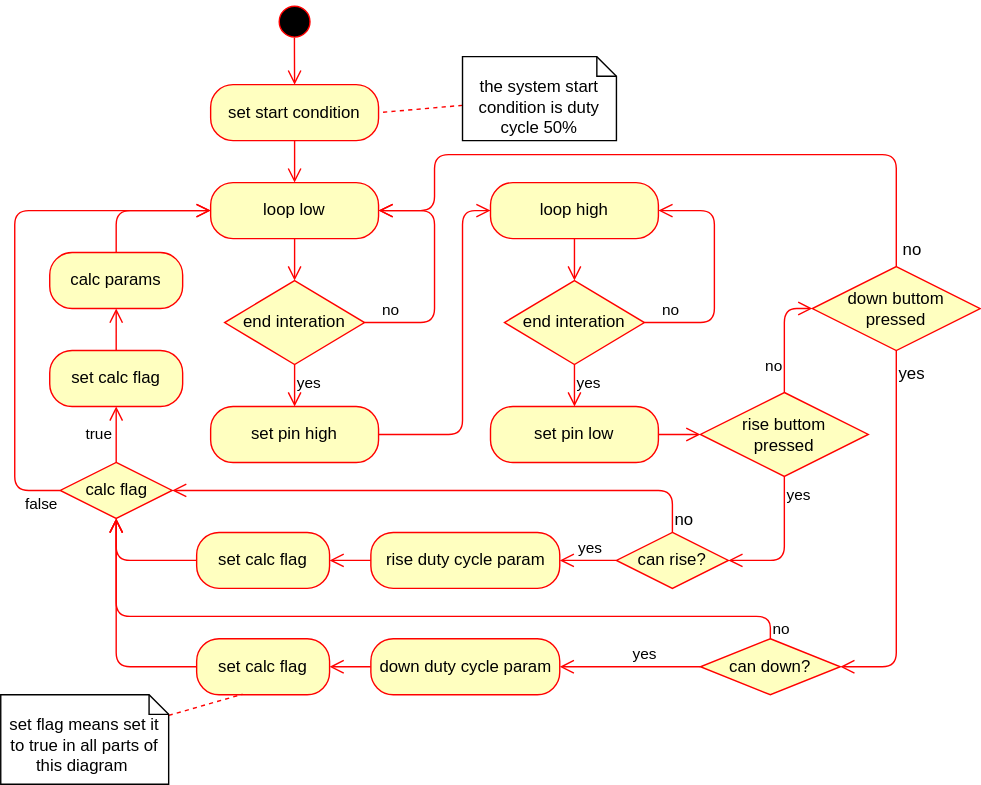
This is documents/Lab1/Txx_Lab1.svg from beltraoluis/EmbeddedSystems, a draw.io export, as it was before one commit. Source tidied: cells renumbered, new cells last; positions are measured from the earlier drawing's top-left corner, leaving out a move shared by most shapes. Source of this version:
```xml
<mxGraphModel background="#ffffff">
  <root>
    <mxCell id="0" />
    <mxCell id="1" parent="0" />
    <mxCell id="2" style="ellipse;html=1;shape=startState;fillColor=#000000;strokeColor=#ff0000;" parent="1" vertex="1">
      <mxGeometry x="195" width="30" height="30" as="geometry" />
    </mxCell>
    <mxCell id="3" style="edgeStyle=orthogonalEdgeStyle;html=1;verticalAlign=bottom;endArrow=open;endSize=8;strokeColor=#ff0000;entryX=0.5;entryY=0;entryDx=0;entryDy=0;exitX=0.496;exitY=0.881;exitDx=0;exitDy=0;exitPerimeter=0;" parent="1" edge="1" source="2" target="4">
      <mxGeometry relative="1" as="geometry" />
    </mxCell>
    <mxCell id="4" value="set start condition" style="rounded=1;whiteSpace=wrap;html=1;arcSize=40;fontColor=#000000;fillColor=#ffffc0;strokeColor=#ff0000;" parent="1" vertex="1">
      <mxGeometry x="150" y="60" width="120" height="40" as="geometry" />
    </mxCell>
    <mxCell id="5" style="edgeStyle=orthogonalEdgeStyle;html=1;verticalAlign=bottom;endArrow=open;endSize=8;strokeColor=#ff0000;entryX=0.5;entryY=0;entryDx=0;entryDy=0;" parent="1" edge="1" source="4" target="7">
      <mxGeometry relative="1" as="geometry" />
    </mxCell>
    <mxCell id="6" style="edgeStyle=orthogonalEdgeStyle;rounded=0;jettySize=auto;html=1;entryX=0.5;entryY=0;entryDx=0;entryDy=0;endArrow=open;endFill=0;fillColor=#f8cecc;strokeColor=#FF0000;endSize=8;" parent="1" edge="1" source="7" target="8">
      <mxGeometry relative="1" as="geometry" />
    </mxCell>
    <mxCell id="7" value="loop low" style="rounded=1;whiteSpace=wrap;html=1;arcSize=40;fontColor=#000000;fillColor=#ffffc0;strokeColor=#ff0000;" parent="1" vertex="1">
      <mxGeometry x="150" y="130" width="120" height="40" as="geometry" />
    </mxCell>
    <mxCell id="8" value="end interation" style="rhombus;whiteSpace=wrap;html=1;fillColor=#ffffc0;strokeColor=#ff0000;" parent="1" vertex="1">
      <mxGeometry x="160" y="200" width="100" height="60" as="geometry" />
    </mxCell>
    <mxCell id="9" value="no" style="edgeStyle=orthogonalEdgeStyle;html=1;align=left;verticalAlign=bottom;endArrow=open;endSize=8;strokeColor=#ff0000;entryX=1;entryY=0.5;entryDx=0;entryDy=0;exitX=1;exitY=0.5;exitDx=0;exitDy=0;" parent="1" edge="1" source="8" target="7">
      <mxGeometry x="-0.88" relative="1" as="geometry">
        <Array as="points">
          <mxPoint x="310" y="230" />
          <mxPoint x="310" y="150" />
        </Array>
      </mxGeometry>
    </mxCell>
    <mxCell id="10" value="yes" style="edgeStyle=orthogonalEdgeStyle;html=1;align=left;verticalAlign=top;endArrow=open;endSize=8;strokeColor=#ff0000;entryX=0.5;entryY=0;entryDx=0;entryDy=0;" parent="1" edge="1" source="8" target="12">
      <mxGeometry x="-1" relative="1" as="geometry" />
    </mxCell>
    <mxCell id="11" style="edgeStyle=orthogonalEdgeStyle;rounded=1;jettySize=auto;html=1;entryX=0;entryY=0.5;entryDx=0;entryDy=0;endArrow=open;endFill=0;endSize=8;strokeColor=#FF0000;" parent="1" edge="1" source="12" target="14">
      <mxGeometry relative="1" as="geometry">
        <Array as="points">
          <mxPoint x="330" y="310" />
          <mxPoint x="330" y="150" />
        </Array>
      </mxGeometry>
    </mxCell>
    <mxCell id="12" value="set pin high" style="rounded=1;whiteSpace=wrap;html=1;arcSize=40;fontColor=#000000;fillColor=#ffffc0;strokeColor=#ff0000;" parent="1" vertex="1">
      <mxGeometry x="150" y="290" width="120" height="40" as="geometry" />
    </mxCell>
    <mxCell id="13" style="edgeStyle=orthogonalEdgeStyle;rounded=0;jettySize=auto;html=1;entryX=0.5;entryY=0;entryDx=0;entryDy=0;endArrow=open;endFill=0;fillColor=#f8cecc;strokeColor=#FF0000;endSize=8;" parent="1" edge="1" source="14" target="15">
      <mxGeometry relative="1" as="geometry" />
    </mxCell>
    <mxCell id="14" value="loop high" style="rounded=1;whiteSpace=wrap;html=1;arcSize=40;fontColor=#000000;fillColor=#ffffc0;strokeColor=#ff0000;" parent="1" vertex="1">
      <mxGeometry x="350" y="130" width="120" height="40" as="geometry" />
    </mxCell>
    <mxCell id="15" value="end interation" style="rhombus;whiteSpace=wrap;html=1;fillColor=#ffffc0;strokeColor=#ff0000;" parent="1" vertex="1">
      <mxGeometry x="360" y="200" width="100" height="60" as="geometry" />
    </mxCell>
    <mxCell id="16" value="no" style="edgeStyle=orthogonalEdgeStyle;html=1;align=left;verticalAlign=bottom;endArrow=open;endSize=8;strokeColor=#ff0000;entryX=1;entryY=0.5;entryDx=0;entryDy=0;exitX=1;exitY=0.5;exitDx=0;exitDy=0;" parent="1" edge="1" source="15" target="14">
      <mxGeometry x="-0.88" relative="1" as="geometry">
        <Array as="points">
          <mxPoint x="510" y="230" />
          <mxPoint x="510" y="150" />
        </Array>
      </mxGeometry>
    </mxCell>
    <mxCell id="17" value="yes" style="edgeStyle=orthogonalEdgeStyle;html=1;align=left;verticalAlign=top;endArrow=open;endSize=8;strokeColor=#ff0000;entryX=0.5;entryY=0;entryDx=0;entryDy=0;" parent="1" edge="1" source="15" target="19">
      <mxGeometry x="-1" relative="1" as="geometry" />
    </mxCell>
    <mxCell id="18" style="edgeStyle=orthogonalEdgeStyle;rounded=1;jettySize=auto;html=1;entryX=0;entryY=0.5;entryDx=0;entryDy=0;endArrow=open;endFill=0;endSize=8;strokeColor=#FF0000;" parent="1" edge="1" source="19" target="21">
      <mxGeometry relative="1" as="geometry" />
    </mxCell>
    <mxCell id="19" value="set pin low" style="rounded=1;whiteSpace=wrap;html=1;arcSize=40;fontColor=#000000;fillColor=#ffffc0;strokeColor=#ff0000;" parent="1" vertex="1">
      <mxGeometry x="350" y="290" width="120" height="40" as="geometry" />
    </mxCell>
    <mxCell id="20" value="no" style="edgeStyle=orthogonalEdgeStyle;rounded=1;jettySize=auto;html=1;entryX=0;entryY=0.5;entryDx=0;entryDy=0;labelBackgroundColor=none;endArrow=open;endFill=0;endSize=8;strokeColor=#FF0000;align=right;verticalAlign=bottom;" parent="1" edge="1" source="21" target="49">
      <mxGeometry x="-0.75" relative="1" as="geometry" />
    </mxCell>
    <mxCell id="21" value="rise buttom&lt;br&gt;pressed" style="rhombus;whiteSpace=wrap;html=1;fillColor=#ffffc0;strokeColor=#ff0000;" parent="1" vertex="1">
      <mxGeometry x="500" y="280" width="120" height="60" as="geometry" />
    </mxCell>
    <mxCell id="22" value="yes" style="edgeStyle=orthogonalEdgeStyle;html=1;align=left;verticalAlign=top;endArrow=open;endSize=8;strokeColor=#ff0000;entryX=1;entryY=0.5;entryDx=0;entryDy=0;" parent="1" edge="1" source="21" target="30">
      <mxGeometry x="-1" relative="1" as="geometry">
        <Array as="points">
          <mxPoint x="560" y="400" />
        </Array>
      </mxGeometry>
    </mxCell>
    <mxCell id="23" style="edgeStyle=orthogonalEdgeStyle;rounded=1;jettySize=auto;html=1;labelBackgroundColor=none;endArrow=open;endFill=0;endSize=8;strokeColor=#FF0000;align=left;" parent="1" edge="1" source="24" target="35">
      <mxGeometry relative="1" as="geometry" />
    </mxCell>
    <mxCell id="24" value="rise duty cycle param" style="rounded=1;whiteSpace=wrap;html=1;arcSize=40;fontColor=#000000;fillColor=#ffffc0;strokeColor=#ff0000;" parent="1" vertex="1">
      <mxGeometry x="264.5" y="380" width="135" height="40" as="geometry" />
    </mxCell>
    <mxCell id="25" style="edgeStyle=orthogonalEdgeStyle;rounded=1;jettySize=auto;html=1;entryX=1;entryY=0.5;entryDx=0;entryDy=0;labelBackgroundColor=none;endArrow=open;endFill=0;endSize=8;strokeColor=#FF0000;align=right;" parent="1" edge="1" source="26" target="37">
      <mxGeometry relative="1" as="geometry" />
    </mxCell>
    <mxCell id="26" value="down duty cycle param" style="rounded=1;whiteSpace=wrap;html=1;arcSize=40;fontColor=#000000;fillColor=#ffffc0;strokeColor=#ff0000;" parent="1" vertex="1">
      <mxGeometry x="264.5" y="456" width="135" height="40" as="geometry" />
    </mxCell>
    <mxCell id="27" value="yes" style="edgeStyle=orthogonalEdgeStyle;rounded=1;jettySize=auto;html=1;entryX=1;entryY=0.5;entryDx=0;entryDy=0;labelBackgroundColor=none;endArrow=open;endFill=0;endSize=8;strokeColor=#FF0000;verticalAlign=bottom;align=left;" parent="1" edge="1" source="30" target="24">
      <mxGeometry x="0.45" relative="1" as="geometry" />
    </mxCell>
    <mxCell id="28" style="edgeStyle=orthogonalEdgeStyle;rounded=1;jettySize=auto;html=1;entryX=1;entryY=0.5;entryDx=0;entryDy=0;labelBackgroundColor=none;endArrow=open;endFill=0;endSize=8;strokeColor=#FF0000;align=right;" parent="1" edge="1" source="30" target="40">
      <mxGeometry relative="1" as="geometry">
        <Array as="points">
          <mxPoint x="480" y="350" />
        </Array>
      </mxGeometry>
    </mxCell>
    <mxCell id="29" value="no" style="text;html=1;align=left;verticalAlign=middle;labelBackgroundColor=#ffffff;" parent="28" vertex="1">
      <mxGeometry x="-0.1" y="-1" relative="1" as="geometry">
        <mxPoint x="144.8" y="21" as="offset" />
      </mxGeometry>
    </mxCell>
    <mxCell id="30" value="can rise?" style="rhombus;whiteSpace=wrap;html=1;fillColor=#ffffc0;strokeColor=#ff0000;" parent="1" vertex="1">
      <mxGeometry x="440" y="380" width="80" height="40" as="geometry" />
    </mxCell>
    <mxCell id="31" value="yes" style="edgeStyle=orthogonalEdgeStyle;rounded=1;jettySize=auto;html=1;entryX=1;entryY=0.5;entryDx=0;entryDy=0;labelBackgroundColor=none;endArrow=open;endFill=0;endSize=8;strokeColor=#FF0000;verticalAlign=bottom;align=left;" parent="1" edge="1" source="33" target="26">
      <mxGeometry relative="1" as="geometry" />
    </mxCell>
    <mxCell id="32" value="no" style="edgeStyle=orthogonalEdgeStyle;rounded=1;jettySize=auto;html=1;entryX=0.5;entryY=1;entryDx=0;entryDy=0;labelBackgroundColor=none;endArrow=open;endFill=0;endSize=8;strokeColor=#FF0000;align=left;exitX=0.5;exitY=0;exitDx=0;exitDy=0;" parent="1" edge="1" source="33" target="40">
      <mxGeometry x="-0.97" relative="1" as="geometry">
        <Array as="points">
          <mxPoint x="550" y="440" />
          <mxPoint x="83" y="440" />
        </Array>
      </mxGeometry>
    </mxCell>
    <mxCell id="33" value="can down?" style="rhombus;whiteSpace=wrap;html=1;fillColor=#ffffc0;strokeColor=#ff0000;" parent="1" vertex="1">
      <mxGeometry x="500" y="456" width="100" height="40" as="geometry" />
    </mxCell>
    <mxCell id="34" style="edgeStyle=orthogonalEdgeStyle;rounded=1;jettySize=auto;html=1;labelBackgroundColor=none;endArrow=open;endFill=0;endSize=8;strokeColor=#FF0000;align=right;" parent="1" edge="1" source="35" target="40">
      <mxGeometry relative="1" as="geometry" />
    </mxCell>
    <mxCell id="35" value="set calc flag" style="rounded=1;whiteSpace=wrap;html=1;arcSize=40;fontColor=#000000;fillColor=#ffffc0;strokeColor=#ff0000;" parent="1" vertex="1">
      <mxGeometry x="140" y="380" width="95" height="40" as="geometry" />
    </mxCell>
    <mxCell id="36" style="edgeStyle=orthogonalEdgeStyle;rounded=1;jettySize=auto;html=1;entryX=0.5;entryY=1;entryDx=0;entryDy=0;labelBackgroundColor=none;endArrow=open;endFill=0;endSize=8;strokeColor=#FF0000;align=right;" parent="1" edge="1" source="37" target="40">
      <mxGeometry relative="1" as="geometry" />
    </mxCell>
    <mxCell id="37" value="set calc flag" style="rounded=1;whiteSpace=wrap;html=1;arcSize=40;fontColor=#000000;fillColor=#ffffc0;strokeColor=#ff0000;" parent="1" vertex="1">
      <mxGeometry x="140" y="456" width="95" height="40" as="geometry" />
    </mxCell>
    <mxCell id="38" value="true" style="edgeStyle=orthogonalEdgeStyle;rounded=1;jettySize=auto;html=1;entryX=0.5;entryY=1;entryDx=0;entryDy=0;labelBackgroundColor=none;endArrow=open;endFill=0;endSize=8;strokeColor=#FF0000;align=right;" parent="1" edge="1" source="40" target="42">
      <mxGeometry y="3" relative="1" as="geometry">
        <mxPoint x="1" as="offset" />
      </mxGeometry>
    </mxCell>
    <mxCell id="39" value="false" style="edgeStyle=orthogonalEdgeStyle;rounded=1;jettySize=auto;html=1;entryX=0;entryY=0.5;entryDx=0;entryDy=0;labelBackgroundColor=none;endArrow=open;endFill=0;endSize=8;strokeColor=#FF0000;align=right;verticalAlign=middle;" parent="1" edge="1" source="40" target="7">
      <mxGeometry x="-0.83" y="-34" relative="1" as="geometry">
        <Array as="points">
          <mxPoint x="10" y="350" />
          <mxPoint x="10" y="150" />
        </Array>
        <mxPoint x="-2" y="10" as="offset" />
      </mxGeometry>
    </mxCell>
    <mxCell id="40" value="calc flag" style="rhombus;whiteSpace=wrap;html=1;fillColor=#ffffc0;strokeColor=#ff0000;" parent="1" vertex="1">
      <mxGeometry x="42.5" y="330" width="80" height="40" as="geometry" />
    </mxCell>
    <mxCell id="41" style="edgeStyle=orthogonalEdgeStyle;rounded=1;jettySize=auto;html=1;entryX=0.5;entryY=1;entryDx=0;entryDy=0;labelBackgroundColor=none;endArrow=open;endFill=0;endSize=8;strokeColor=#FF0000;align=right;" parent="1" edge="1" source="42" target="44">
      <mxGeometry relative="1" as="geometry" />
    </mxCell>
    <mxCell id="42" value="set calc flag" style="rounded=1;whiteSpace=wrap;html=1;arcSize=40;fontColor=#000000;fillColor=#ffffc0;strokeColor=#ff0000;" parent="1" vertex="1">
      <mxGeometry x="35" y="250" width="95" height="40" as="geometry" />
    </mxCell>
    <mxCell id="43" style="edgeStyle=orthogonalEdgeStyle;rounded=1;jettySize=auto;html=1;entryX=0;entryY=0.5;entryDx=0;entryDy=0;labelBackgroundColor=none;endArrow=open;endFill=0;endSize=8;strokeColor=#FF0000;align=right;exitX=0.5;exitY=0;exitDx=0;exitDy=0;" parent="1" edge="1" source="44" target="7">
      <mxGeometry relative="1" as="geometry">
        <Array as="points">
          <mxPoint x="83" y="150" />
        </Array>
      </mxGeometry>
    </mxCell>
    <mxCell id="44" value="calc params" style="rounded=1;whiteSpace=wrap;html=1;arcSize=40;fontColor=#000000;fillColor=#ffffc0;strokeColor=#ff0000;" parent="1" vertex="1">
      <mxGeometry x="35" y="180" width="95" height="40" as="geometry" />
    </mxCell>
    <mxCell id="45" style="edgeStyle=orthogonalEdgeStyle;rounded=1;jettySize=auto;html=1;entryX=1;entryY=0.5;entryDx=0;entryDy=0;labelBackgroundColor=none;endArrow=open;endFill=0;endSize=8;strokeColor=#FF0000;align=right;" parent="1" edge="1" source="49" target="33">
      <mxGeometry relative="1" as="geometry">
        <Array as="points">
          <mxPoint x="640" y="476" />
        </Array>
      </mxGeometry>
    </mxCell>
    <mxCell id="46" value="yes" style="text;html=1;align=left;verticalAlign=top;labelBackgroundColor=#ffffff;" parent="45" vertex="1">
      <mxGeometry x="-0.71" relative="1" as="geometry">
        <mxPoint y="-35.9" as="offset" />
      </mxGeometry>
    </mxCell>
    <mxCell id="47" style="edgeStyle=orthogonalEdgeStyle;rounded=1;jettySize=auto;html=1;entryX=1;entryY=0.5;entryDx=0;entryDy=0;labelBackgroundColor=none;endArrow=open;endFill=0;endSize=8;strokeColor=#FF0000;align=right;" parent="1" edge="1" source="49" target="7">
      <mxGeometry relative="1" as="geometry">
        <Array as="points">
          <mxPoint x="640" y="110" />
          <mxPoint x="310" y="110" />
          <mxPoint x="310" y="150" />
        </Array>
      </mxGeometry>
    </mxCell>
    <mxCell id="48" value="no" style="text;html=1;align=left;verticalAlign=middle;labelBackgroundColor=#ffffff;" parent="47" vertex="1">
      <mxGeometry x="-0.95" y="-3" relative="1" as="geometry" />
    </mxCell>
    <mxCell id="49" value="down buttom&lt;br&gt;pressed" style="rhombus;whiteSpace=wrap;html=1;fillColor=#ffffc0;strokeColor=#ff0000;" parent="1" vertex="1">
      <mxGeometry x="580" y="190" width="120" height="60" as="geometry" />
    </mxCell>
    <mxCell id="50" style="rounded=1;jettySize=auto;html=1;entryX=1;entryY=0.5;entryDx=0;entryDy=0;labelBackgroundColor=none;endArrow=none;endFill=0;endSize=8;strokeColor=#FF0000;align=right;dashed=1;" parent="1" edge="1" source="51" target="4">
      <mxGeometry relative="1" as="geometry" />
    </mxCell>
    <mxCell id="51" value="&lt;br&gt;the system start condition is duty cycle 50%" style="shape=note;whiteSpace=wrap;html=1;size=14;verticalAlign=top;align=center;spacingTop=-6;" parent="1" vertex="1">
      <mxGeometry x="330" y="40" width="110" height="60" as="geometry" />
    </mxCell>
    <mxCell id="52" style="edgeStyle=none;rounded=1;jettySize=auto;html=1;entryX=0.345;entryY=0.991;entryDx=0;entryDy=0;entryPerimeter=0;dashed=1;labelBackgroundColor=none;endArrow=none;endFill=0;endSize=8;strokeColor=#FF0000;align=right;" parent="1" edge="1" source="53" target="37">
      <mxGeometry relative="1" as="geometry" />
    </mxCell>
    <mxCell id="53" value="&lt;br&gt;set flag means set it to true in all parts of this diagram&amp;nbsp;" style="shape=note;whiteSpace=wrap;html=1;size=14;verticalAlign=top;align=center;spacingTop=-6;" parent="1" vertex="1">
      <mxGeometry y="496" width="120" height="64" as="geometry" />
    </mxCell>
  </root>
</mxGraphModel>
```
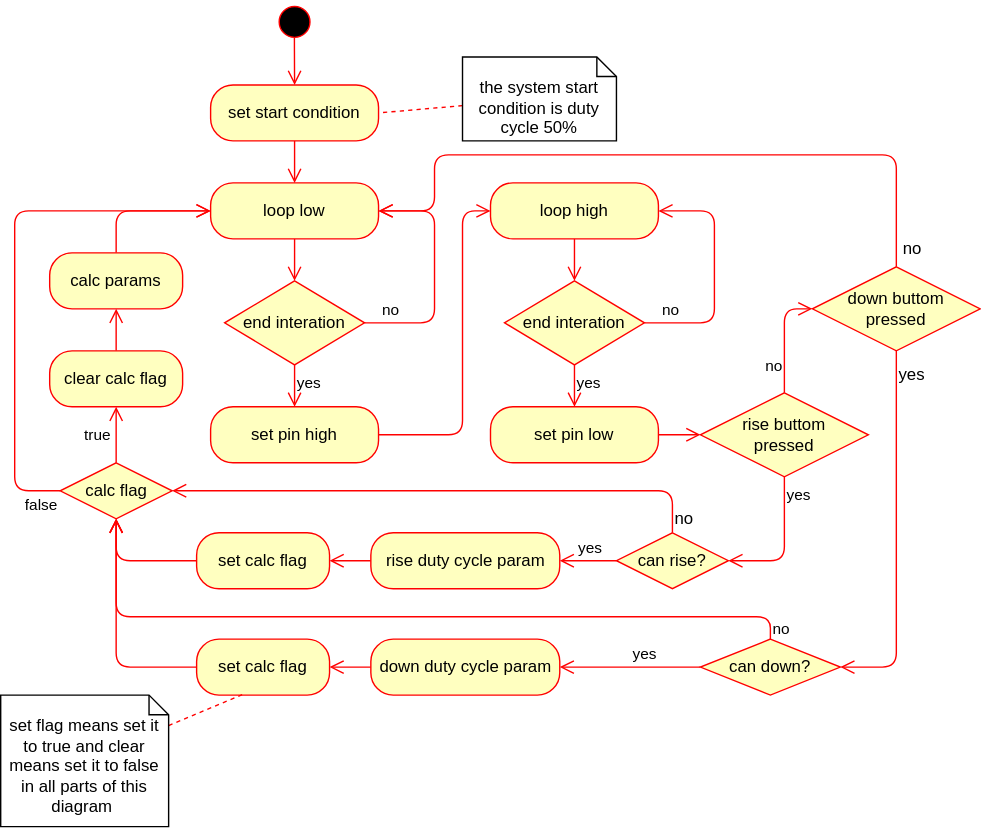
The same file after the commit.

The edit, as a diff of the source:
```diff
@@ -160,7 +160,7 @@
     <mxCell id="41" style="edgeStyle=orthogonalEdgeStyle;rounded=1;jettySize=auto;html=1;entryX=0.5;entryY=1;entryDx=0;entryDy=0;labelBackgroundColor=none;endArrow=open;endFill=0;endSize=8;strokeColor=#FF0000;align=right;" parent="1" edge="1" source="42" target="44">
       <mxGeometry relative="1" as="geometry" />
     </mxCell>
-    <mxCell id="42" value="set calc flag" style="rounded=1;whiteSpace=wrap;html=1;arcSize=40;fontColor=#000000;fillColor=#ffffc0;strokeColor=#ff0000;" parent="1" vertex="1">
+    <mxCell id="42" value="clear calc flag" style="rounded=1;whiteSpace=wrap;html=1;arcSize=40;fontColor=#000000;fillColor=#ffffc0;strokeColor=#ff0000;" parent="1" vertex="1">
       <mxGeometry x="35" y="250" width="95" height="40" as="geometry" />
     </mxCell>
     <mxCell id="43" style="edgeStyle=orthogonalEdgeStyle;rounded=1;jettySize=auto;html=1;entryX=0;entryY=0.5;entryDx=0;entryDy=0;labelBackgroundColor=none;endArrow=open;endFill=0;endSize=8;strokeColor=#FF0000;align=right;exitX=0.5;exitY=0;exitDx=0;exitDy=0;" parent="1" edge="1" source="44" target="7">
@@ -209,8 +209,8 @@
     <mxCell id="52" style="edgeStyle=none;rounded=1;jettySize=auto;html=1;entryX=0.345;entryY=0.991;entryDx=0;entryDy=0;entryPerimeter=0;dashed=1;labelBackgroundColor=none;endArrow=none;endFill=0;endSize=8;strokeColor=#FF0000;align=right;" parent="1" edge="1" source="53" target="37">
       <mxGeometry relative="1" as="geometry" />
     </mxCell>
-    <mxCell id="53" value="&lt;br&gt;set flag means set it to true in all parts of this diagram&amp;nbsp;" style="shape=note;whiteSpace=wrap;html=1;size=14;verticalAlign=top;align=center;spacingTop=-6;" parent="1" vertex="1">
-      <mxGeometry y="496" width="120" height="64" as="geometry" />
+    <mxCell id="53" value="&lt;br&gt;set flag means set it to true and clear means set it to false in all parts of this diagram&amp;nbsp;" style="shape=note;whiteSpace=wrap;html=1;size=14;verticalAlign=top;align=center;spacingTop=-6;" parent="1" vertex="1">
+      <mxGeometry y="496" width="120" height="94" as="geometry" />
     </mxCell>
   </root>
 </mxGraphModel>
```
